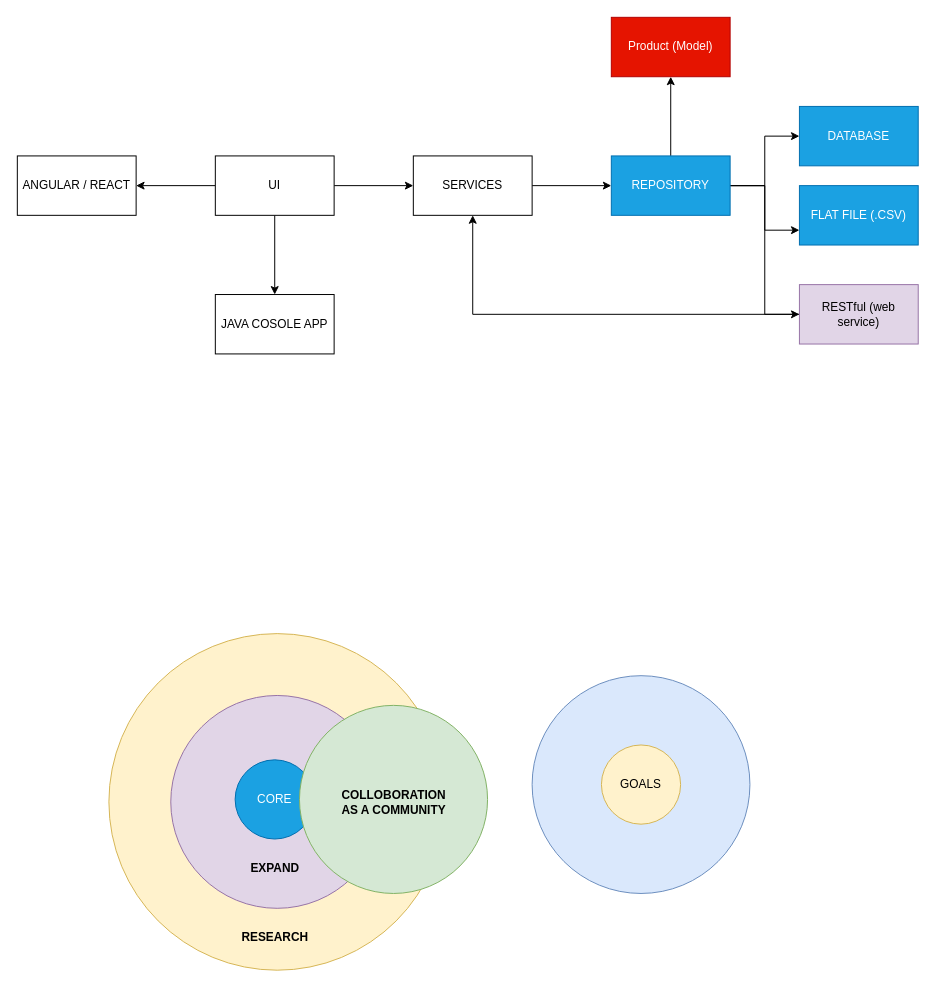
This is page "LAYERED ARCHITECTURE" (2 of 3) of java/diagrams/java-workflow.drawio from aukokyong/jfs-master, a draw.io file, before an edit. Source tidied: cells renumbered, new cells numbered last; positions are measured from the earlier drawing's top-left corner, leaving out a move shared by most shapes. Both pictures are drawn from the tidied source at 99%, with x=0, y=0 at pixel (17, 17).
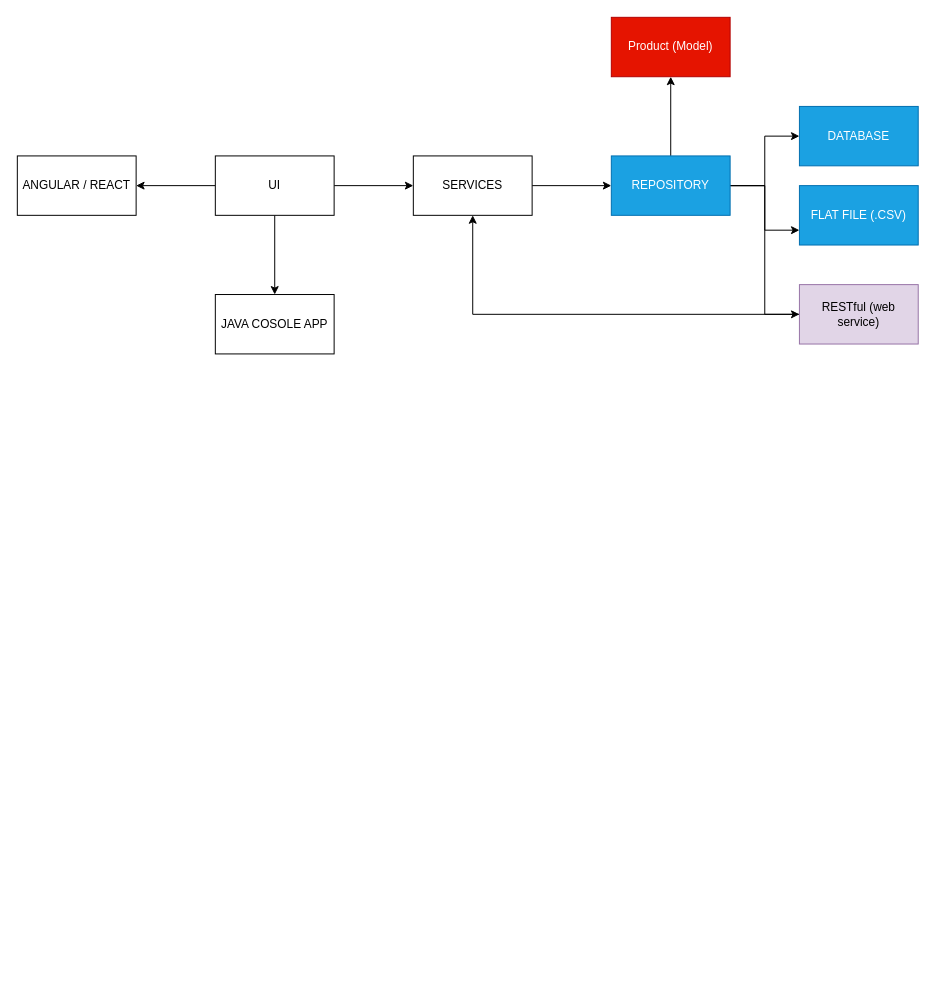
The same page after the edit.

What changed in the source:
```diff
@@
-    <mxCell id="2" style="ellipse;whiteSpace=wrap;html=1;fillColor=#fff2cc;strokeColor=#d6b656;" parent="1" vertex="1">
-      <mxGeometry x="92.5" y="622.5" width="340" height="340" as="geometry" />
-    </mxCell>
-    <mxCell id="3" style="ellipse;whiteSpace=wrap;html=1;fillColor=#e1d5e7;strokeColor=#9673a6;" parent="1" vertex="1">
-      <mxGeometry x="155" y="685" width="215" height="215" as="geometry" />
-    </mxCell>
-    <mxCell id="4" style="ellipse;whiteSpace=wrap;html=1;fillColor=#dae8fc;strokeColor=#6c8ebf;" parent="1" vertex="1">
-      <mxGeometry x="520" y="665" width="220" height="220" as="geometry" />
-    </mxCell>
@@
-    <mxCell id="19" value="GOALS" style="ellipse;whiteSpace=wrap;html=1;fillColor=#fff2cc;strokeColor=#d6b656;" parent="1" vertex="1">
-      <mxGeometry x="590" y="735" width="80" height="80" as="geometry" />
-    </mxCell>
@@
-    <mxCell id="23" value="CORE" style="ellipse;whiteSpace=wrap;html=1;fillColor=#1ba1e2;strokeColor=#006EAF;fontColor=#ffffff;" parent="1" vertex="1">
-      <mxGeometry x="220" y="750" width="80" height="80" as="geometry" />
-    </mxCell>
-    <mxCell id="24" value="EXPAND" style="text;html=1;align=center;verticalAlign=middle;fontStyle=1;" parent="1" vertex="1">
-      <mxGeometry x="230" y="850" width="60" height="20" as="geometry" />
-    </mxCell>
-    <mxCell id="25" value="RESEARCH" style="text;html=1;align=center;verticalAlign=middle;fontStyle=1;" parent="1" vertex="1">
-      <mxGeometry x="220" y="920" width="80" height="20" as="geometry" />
-    </mxCell>
-    <mxCell id="26" style="ellipse;whiteSpace=wrap;html=1;fillColor=#d5e8d4;strokeColor=#82b366;" parent="1" vertex="1">
-      <mxGeometry x="285" y="695" width="190" height="190" as="geometry" />
-    </mxCell>
-    <mxCell id="27" value="COLLOBORATION &lt;br&gt;AS A COMMUNITY" style="text;html=1;align=center;verticalAlign=middle;fontStyle=1;" parent="1" vertex="1">
-      <mxGeometry x="320" y="777.5" width="120" height="30" as="geometry" />
-    </mxCell>
```
